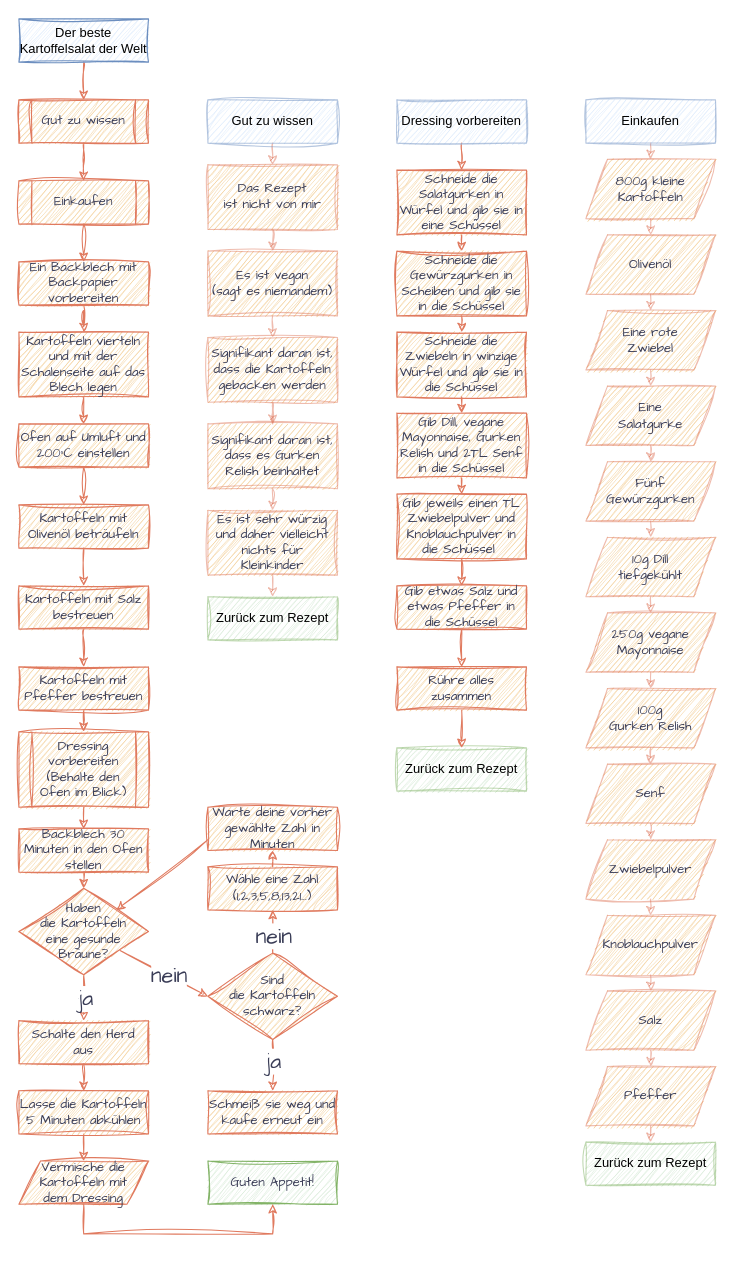
Before: the_best_potato_salad_in_the_world/de_the_best_potato_salad_in_the_world.drawio in DarkDonnerGunther/rivercookery, a draw.io diagram. Source tidied: cells renumbered, new cells numbered last; positions are measured from the earlier drawing's top-left corner, leaving out a move shared by most shapes. Both pictures are drawn from the tidied source at 108%, with x=0, y=0 at pixel (18, 18).
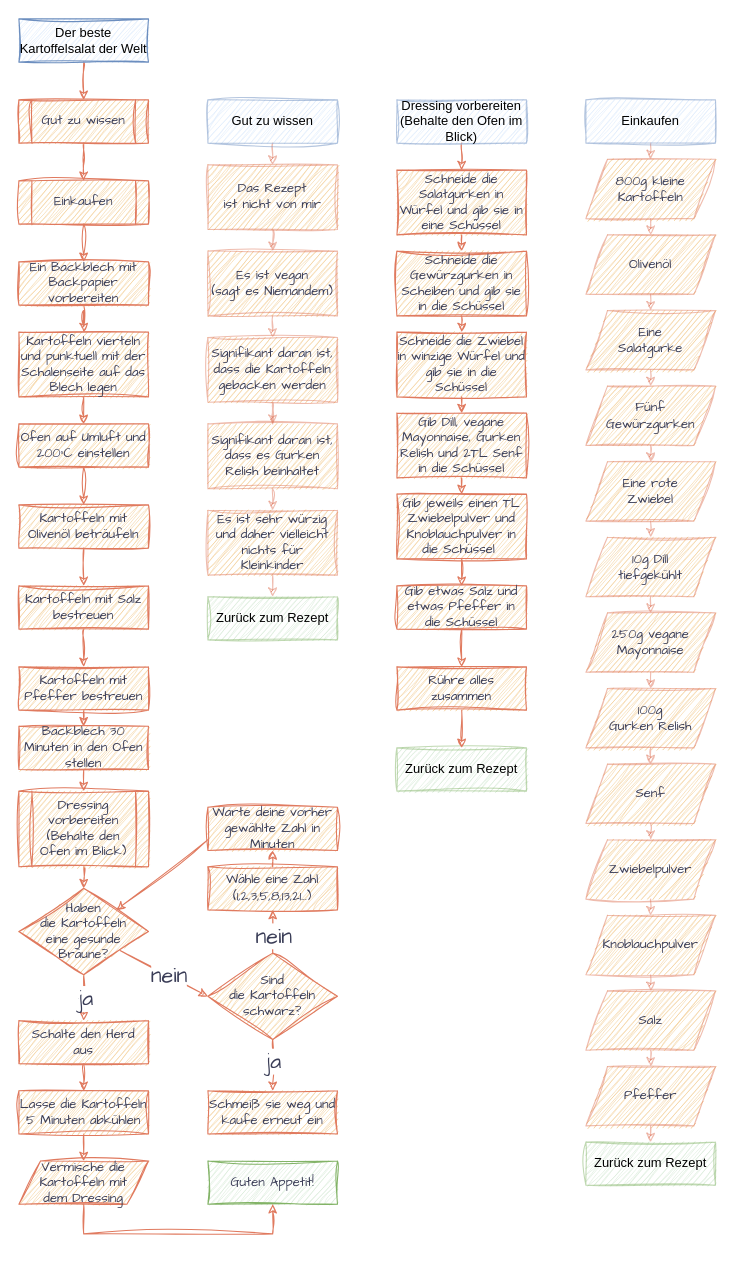
After the change.

The change refers to these unchanged cells:
```xml
<mxCell id="33" value="Kartoffeln mit Pfeffer bestreuen" style="rounded=0;whiteSpace=wrap;html=1;hachureGap=4;strokeColor=#E07A5F;fontFamily=Architects Daughter;fontSize=12;fontColor=#393C56;fillColor=#F2CC8F;sketch=1;curveFitting=1;jiggle=2;" parent="1" vertex="1">
  <mxGeometry y="600" width="120" height="40" as="geometry" />
</mxCell>
<mxCell id="43" value="Haben&lt;br&gt;die Kartoffeln&lt;br&gt;eine gesunde&lt;br&gt;Bräune?" style="rhombus;whiteSpace=wrap;html=1;hachureGap=4;strokeColor=#E07A5F;fontFamily=Architects Daughter;fontSize=12;fontColor=#393C56;fillColor=#F2CC8F;rounded=0;sketch=1;curveFitting=1;jiggle=2;" parent="1" vertex="1">
  <mxGeometry y="805" width="120" height="80" as="geometry" />
</mxCell>
```

The edit, as a diff of the source:
```diff
@@
-    <mxCell id="13" value="Es ist vegan&lt;br&gt;(sagt es niemandem)" style="shape=label;fixedSize=1;hachureGap=4;strokeColor=#E07A5F;fontFamily=Architects Daughter;fontSize=12;fontColor=#393C56;fillColor=#F2CC8F;labelBorderColor=none;whiteSpace=wrap;html=1;labelBackgroundColor=none;rounded=0;sketch=1;curveFitting=1;jiggle=2;shadow=0;strokeOpacity=50;" parent="1" vertex="1">
+    <mxCell id="13" value="Es ist vegan&lt;br&gt;(sagt es Niemandem)" style="shape=label;fixedSize=1;hachureGap=4;strokeColor=#E07A5F;fontFamily=Architects Daughter;fontSize=12;fontColor=#393C56;fillColor=#F2CC8F;labelBorderColor=none;whiteSpace=wrap;html=1;labelBackgroundColor=none;rounded=0;sketch=1;curveFitting=1;jiggle=2;shadow=0;strokeOpacity=50;" parent="1" vertex="1">
       <mxGeometry x="175" y="215" width="120" height="60" as="geometry" />
     </mxCell>
@@
-    <mxCell id="26" value="Kartoffeln vierteln und mit der Schalenseite auf das Blech legen" style="rounded=0;whiteSpace=wrap;html=1;hachureGap=4;strokeColor=#E07A5F;fontFamily=Architects Daughter;fontSize=12;fontColor=#393C56;fillColor=#F2CC8F;sketch=1;curveFitting=1;jiggle=2;" parent="1" vertex="1">
+    <mxCell id="26" value="Kartoffeln vierteln und punktuell mit der Schalenseite auf das Blech legen" style="rounded=0;whiteSpace=wrap;html=1;hachureGap=4;strokeColor=#E07A5F;fontFamily=Architects Daughter;fontSize=12;fontColor=#393C56;fillColor=#F2CC8F;sketch=1;curveFitting=1;jiggle=2;" parent="1" vertex="1">
       <mxGeometry y="290" width="120" height="60" as="geometry" />
     </mxCell>
@@
-    <mxCell id="32" style="edgeStyle=orthogonalEdgeStyle;rounded=0;hachureGap=4;jettySize=auto;html=1;exitX=0.5;exitY=1;exitDx=0;exitDy=0;entryX=0.5;entryY=0;entryDx=0;entryDy=0;strokeColor=#E07A5F;fontFamily=Architects Daughter;fontSize=16;fontColor=#393C56;fillColor=#F2CC8F;sketch=1;curveFitting=1;jiggle=2;" parent="1" edge="1" source="33" target="87">
+    <mxCell id="32" style="edgeStyle=orthogonalEdgeStyle;rounded=0;hachureGap=4;jettySize=auto;html=1;exitX=0.5;exitY=1;exitDx=0;exitDy=0;entryX=0.5;entryY=0;entryDx=0;entryDy=0;strokeColor=#E07A5F;fontFamily=Architects Daughter;fontSize=16;fontColor=#393C56;fillColor=#F2CC8F;sketch=1;curveFitting=1;jiggle=2;" parent="1" edge="1" source="33" target="35">
       <mxGeometry relative="1" as="geometry" />
     </mxCell>
@@
-    <mxCell id="34" style="edgeStyle=orthogonalEdgeStyle;rounded=0;jettySize=auto;html=1;exitX=0.5;exitY=1;exitDx=0;exitDy=0;hachureGap=4;entryX=0.5;entryY=0;entryDx=0;entryDy=0;strokeColor=#E07A5F;fontFamily=Architects Daughter;fontSize=16;fontColor=#393C56;fillColor=#F2CC8F;sketch=1;curveFitting=1;jiggle=2;" parent="1" edge="1" source="35" target="43">
+    <mxCell id="34" style="edgeStyle=orthogonalEdgeStyle;rounded=0;jettySize=auto;html=1;exitX=0.5;exitY=1;exitDx=0;exitDy=0;hachureGap=4;entryX=0.5;entryY=0;entryDx=0;entryDy=0;strokeColor=#E07A5F;fontFamily=Architects Daughter;fontSize=16;fontColor=#393C56;fillColor=#F2CC8F;sketch=1;curveFitting=1;jiggle=2;" parent="1" edge="1" source="87" target="43">
       <mxGeometry relative="1" as="geometry" />
     </mxCell>
     <mxCell id="35" value="Backblech 30 Minuten in den Ofen stellen" style="rounded=0;whiteSpace=wrap;html=1;hachureGap=4;strokeColor=#E07A5F;fontFamily=Architects Daughter;fontSize=12;fontColor=#393C56;fillColor=#F2CC8F;sketch=1;curveFitting=1;jiggle=2;" parent="1" vertex="1">
-      <mxGeometry y="750" width="120" height="40" as="geometry" />
+      <mxGeometry y="655" width="120" height="40" as="geometry" />
     </mxCell>
@@
-    <mxCell id="56" value="Eine rote&lt;br&gt;Zwiebel" style="shape=parallelogram;fixedSize=1;hachureGap=4;strokeColor=#E07A5F;fontFamily=Architects Daughter;fontSize=12;fontColor=#393C56;fillColor=#F2CC8F;labelBorderColor=none;whiteSpace=wrap;html=1;labelBackgroundColor=none;verticalAlign=middle;rounded=0;sketch=1;curveFitting=1;jiggle=2;strokeOpacity=50;perimeter=parallelogramPerimeter;align=center;" parent="1" vertex="1">
+    <mxCell id="56" value="Eine&lt;br&gt;&lt;div&gt;Salatgurke&lt;/div&gt;" style="shape=parallelogram;fixedSize=1;hachureGap=4;strokeColor=#E07A5F;fontFamily=Architects Daughter;fontSize=12;fontColor=#393C56;fillColor=#F2CC8F;labelBorderColor=none;whiteSpace=wrap;html=1;labelBackgroundColor=none;verticalAlign=middle;rounded=0;sketch=1;curveFitting=1;jiggle=2;strokeOpacity=50;perimeter=parallelogramPerimeter;align=center;" parent="1" vertex="1">
       <mxGeometry x="525" y="270" width="120" height="55" as="geometry" />
     </mxCell>
@@
-    <mxCell id="58" value="Eine&lt;br&gt;&lt;div&gt;Salatgurke&lt;/div&gt;" style="shape=parallelogram;fixedSize=1;hachureGap=4;strokeColor=#E07A5F;fontFamily=Architects Daughter;fontSize=12;fontColor=#393C56;fillColor=#F2CC8F;labelBorderColor=none;whiteSpace=wrap;html=1;labelBackgroundColor=none;verticalAlign=middle;rounded=0;sketch=1;curveFitting=1;jiggle=2;strokeOpacity=50;perimeter=parallelogramPerimeter;align=center;" parent="1" vertex="1">
+    <mxCell id="58" value="Fünf&lt;br&gt;Gewürzgurken" style="shape=parallelogram;fixedSize=1;hachureGap=4;strokeColor=#E07A5F;fontFamily=Architects Daughter;fontSize=12;fontColor=#393C56;fillColor=#F2CC8F;labelBorderColor=none;whiteSpace=wrap;html=1;labelBackgroundColor=none;verticalAlign=middle;rounded=0;sketch=1;curveFitting=1;jiggle=2;strokeOpacity=50;perimeter=parallelogramPerimeter;align=center;" parent="1" vertex="1">
       <mxGeometry x="525" y="340" width="120" height="55" as="geometry" />
     </mxCell>
@@
     <mxCell id="87" value="Dressing vorbereiten (Behalte den Ofen im Blick)" style="rounded=0;whiteSpace=wrap;html=1;hachureGap=4;strokeColor=#E07A5F;fontFamily=Architects Daughter;fontSize=12;fontColor=#393C56;fillColor=#F2CC8F;sketch=1;curveFitting=1;jiggle=2;shape=process;backgroundOutline=1;" parent="1" vertex="1">
-      <mxGeometry y="660" width="120" height="70" as="geometry" />
+      <mxGeometry y="715" width="120" height="70" as="geometry" />
     </mxCell>
-    <mxCell id="88" style="edgeStyle=orthogonalEdgeStyle;rounded=0;hachureGap=4;jettySize=auto;html=1;exitX=0.5;exitY=1;exitDx=0;exitDy=0;entryX=0.5;entryY=0;entryDx=0;entryDy=0;strokeColor=#E07A5F;fontFamily=Architects Daughter;fontSize=16;fontColor=#393C56;fillColor=#F2CC8F;sketch=1;curveFitting=1;jiggle=2;" parent="1" edge="1" source="87" target="35">
+    <mxCell id="88" style="edgeStyle=orthogonalEdgeStyle;rounded=0;hachureGap=4;jettySize=auto;html=1;exitX=0.5;exitY=1;exitDx=0;exitDy=0;entryX=0.5;entryY=0;entryDx=0;entryDy=0;strokeColor=#E07A5F;fontFamily=Architects Daughter;fontSize=16;fontColor=#393C56;fillColor=#F2CC8F;sketch=1;curveFitting=1;jiggle=2;" parent="1" edge="1" source="35" target="87">
       <mxGeometry relative="1" as="geometry" />
     </mxCell>
@@
-    <mxCell id="90" value="Dressing vorbereiten" style="rounded=0;whiteSpace=wrap;html=1;fontSize=12;glass=0;strokeWidth=1;shadow=0;labelBackgroundColor=none;fillColor=#dae8fc;strokeColor=#6c8ebf;sketch=1;curveFitting=1;jiggle=2;strokeOpacity=50;" parent="1" vertex="1">
+    <mxCell id="90" value="Dressing vorbereiten (Behalte den Ofen im Blick)" style="rounded=0;whiteSpace=wrap;html=1;fontSize=12;glass=0;strokeWidth=1;shadow=0;labelBackgroundColor=none;fillColor=#dae8fc;strokeColor=#6c8ebf;sketch=1;curveFitting=1;jiggle=2;strokeOpacity=50;" parent="1" vertex="1">
       <mxGeometry x="350" y="75" width="120" height="40" as="geometry" />
     </mxCell>
-    <mxCell id="91" value="Fünf&lt;br&gt;Gewürzgurken" style="shape=parallelogram;fixedSize=1;hachureGap=4;strokeColor=#E07A5F;fontFamily=Architects Daughter;fontSize=12;fontColor=#393C56;fillColor=#F2CC8F;labelBorderColor=none;whiteSpace=wrap;html=1;labelBackgroundColor=none;verticalAlign=middle;rounded=0;sketch=1;curveFitting=1;jiggle=2;strokeOpacity=50;perimeter=parallelogramPerimeter;align=center;" parent="1" vertex="1">
+    <mxCell id="91" value="Eine rote&lt;br&gt;Zwiebel" style="shape=parallelogram;fixedSize=1;hachureGap=4;strokeColor=#E07A5F;fontFamily=Architects Daughter;fontSize=12;fontColor=#393C56;fillColor=#F2CC8F;labelBorderColor=none;whiteSpace=wrap;html=1;labelBackgroundColor=none;verticalAlign=middle;rounded=0;sketch=1;curveFitting=1;jiggle=2;strokeOpacity=50;perimeter=parallelogramPerimeter;align=center;" parent="1" vertex="1">
       <mxGeometry x="525" y="410" width="120" height="55" as="geometry" />
     </mxCell>
@@
-    <mxCell id="93" value="Schneide die Zwiebeln in winzige Würfel und gib sie in die Schüssel" style="rounded=0;whiteSpace=wrap;html=1;hachureGap=4;strokeColor=#E07A5F;fontFamily=Architects Daughter;fontSize=12;fontColor=#393C56;fillColor=#F2CC8F;sketch=1;curveFitting=1;jiggle=2;" parent="1" vertex="1">
+    <mxCell id="93" value="Schneide die Zwiebel in winzige Würfel und gib sie in die Schüssel" style="rounded=0;whiteSpace=wrap;html=1;hachureGap=4;strokeColor=#E07A5F;fontFamily=Architects Daughter;fontSize=12;fontColor=#393C56;fillColor=#F2CC8F;sketch=1;curveFitting=1;jiggle=2;" parent="1" vertex="1">
       <mxGeometry x="350" y="290" width="120" height="60" as="geometry" />
     </mxCell>
```
